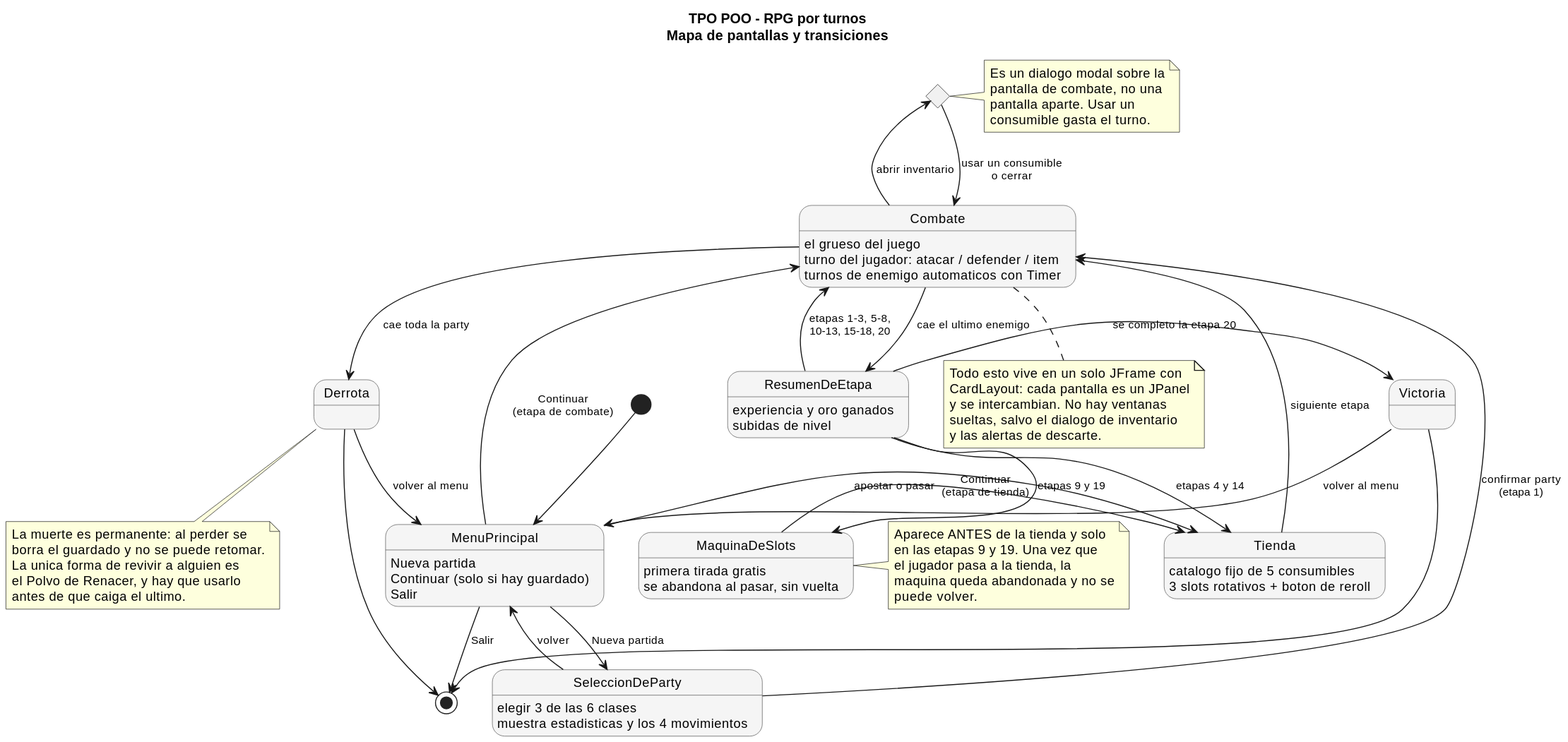
Earlier version of the PlantUML export diagramas/S3_mapa_de_pantallas.svg (lukitas-jpg/JuegoPOO).
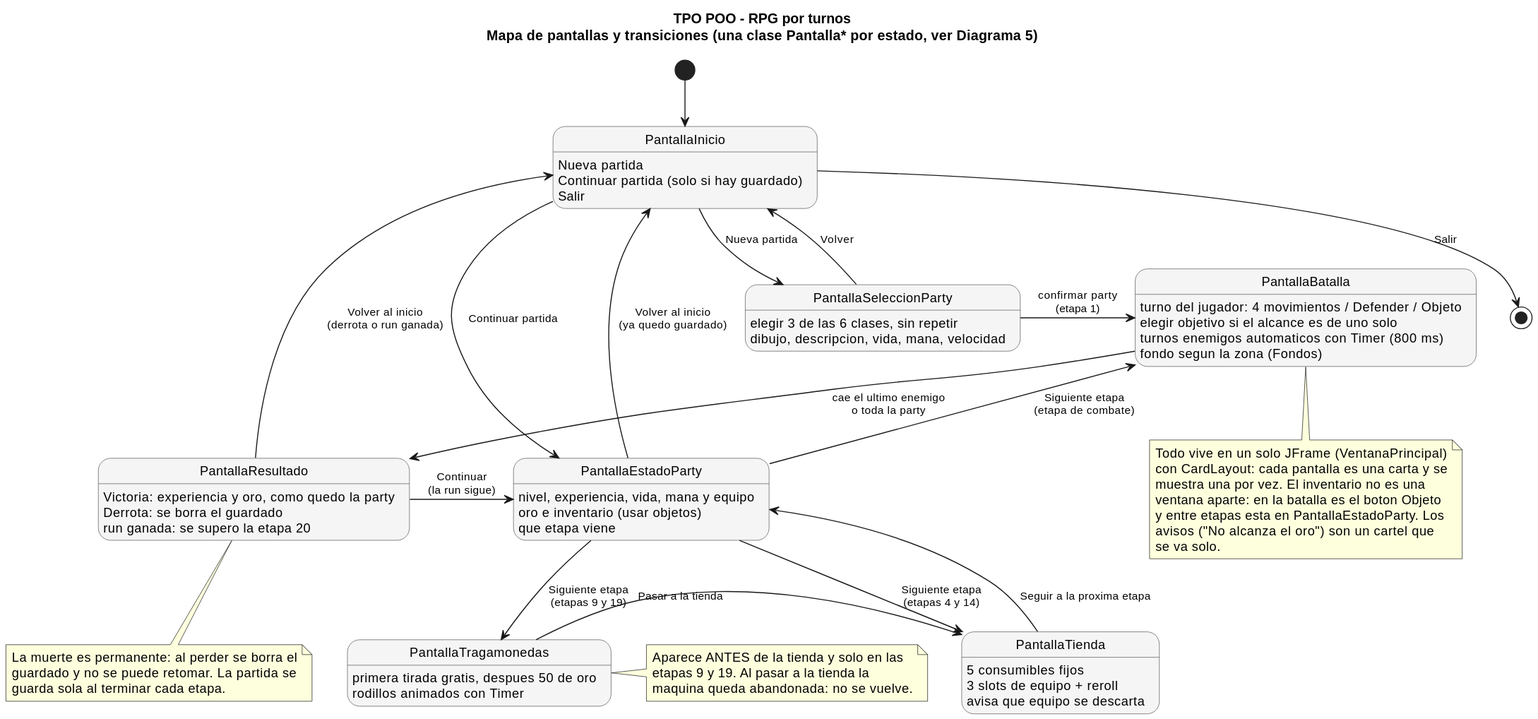
The same file after the commit.

Change to the diagram source:
```diff
@@ -1,5 +1,5 @@
 @startuml
-title TPO POO - RPG por turnos\nMapa de pantallas y transiciones
+title TPO POO - RPG por turnos\nMapa de pantallas y transiciones (una clase Pantalla* por estado, ver Diagrama 5)
 
 skinparam state {
   BackgroundColor #f5f5f5
@@ -10,98 +10,88 @@
 skinparam nodesep 35
 skinparam ranksep 45
 
-[*] -down-> MenuPrincipal
+[*] -down-> PantallaInicio
 
-state MenuPrincipal {
-  MenuPrincipal : Nueva partida
-  MenuPrincipal : Continuar (solo si hay guardado)
-  MenuPrincipal : Salir
+state PantallaInicio {
+  PantallaInicio : Nueva partida
+  PantallaInicio : Continuar partida (solo si hay guardado)
+  PantallaInicio : Salir
 }
 
-state SeleccionDeParty {
-  SeleccionDeParty : elegir 3 de las 6 clases
-  SeleccionDeParty : muestra estadisticas y los 4 movimientos
+state PantallaSeleccionParty {
+  PantallaSeleccionParty : elegir 3 de las 6 clases, sin repetir
+  PantallaSeleccionParty : dibujo, descripcion, vida, mana, velocidad
 }
 
-state Combate {
-  Combate : el grueso del juego
-  Combate : turno del jugador: atacar / defender / item
-  Combate : turnos de enemigo automaticos con Timer
+state PantallaBatalla {
+  PantallaBatalla : turno del jugador: 4 movimientos / Defender / Objeto
+  PantallaBatalla : elegir objetivo si el alcance es de uno solo
+  PantallaBatalla : turnos enemigos automaticos con Timer (800 ms)
+  PantallaBatalla : fondo segun la zona (Fondos)
 }
 
-state ResumenDeEtapa {
-  ResumenDeEtapa : experiencia y oro ganados
-  ResumenDeEtapa : subidas de nivel
+state PantallaResultado {
+  PantallaResultado : Victoria: experiencia y oro, como quedo la party
+  PantallaResultado : Derrota: se borra el guardado
+  PantallaResultado : run ganada: se supero la etapa 20
 }
 
-state Tienda {
-  Tienda : catalogo fijo de 5 consumibles
-  Tienda : 3 slots rotativos + boton de reroll
+state PantallaEstadoParty {
+  PantallaEstadoParty : nivel, experiencia, vida, mana y equipo
+  PantallaEstadoParty : oro e inventario (usar objetos)
+  PantallaEstadoParty : que etapa viene
 }
 
-state MaquinaDeSlots {
-  MaquinaDeSlots : primera tirada gratis
-  MaquinaDeSlots : se abandona al pasar, sin vuelta
+state PantallaTragamonedas {
+  PantallaTragamonedas : primera tirada gratis, despues 50 de oro
+  PantallaTragamonedas : rodillos animados con Timer
 }
 
-MenuPrincipal -down-> SeleccionDeParty : Nueva partida
-MenuPrincipal -right-> Combate : Continuar\n(etapa de combate)
-MenuPrincipal -right-> Tienda : Continuar\n(etapa de tienda)
-MenuPrincipal -down-> [*] : Salir
+state PantallaTienda {
+  PantallaTienda : 5 consumibles fijos
+  PantallaTienda : 3 slots de equipo + reroll
+  PantallaTienda : avisa que equipo se descarta
+}
 
-SeleccionDeParty -right-> Combate : confirmar party\n(etapa 1)
-SeleccionDeParty -up-> MenuPrincipal : volver
+PantallaInicio -down-> PantallaSeleccionParty : Nueva partida
+PantallaInicio -right-> PantallaEstadoParty : Continuar partida
+PantallaInicio -down-> [*] : Salir
 
-Combate -down-> ResumenDeEtapa : cae el ultimo enemigo
-Combate -right-> Derrota : cae toda la party
+PantallaSeleccionParty -right-> PantallaBatalla : confirmar party\n(etapa 1)
+PantallaSeleccionParty -up-> PantallaInicio : Volver
 
-ResumenDeEtapa -up-> Combate : etapas 1-3, 5-8,\n10-13, 15-18, 20
-ResumenDeEtapa -down-> Tienda : etapas 4 y 14
-ResumenDeEtapa -down-> MaquinaDeSlots : etapas 9 y 19
-ResumenDeEtapa -right-> Victoria : se completo la etapa 20
+PantallaBatalla -down-> PantallaResultado : cae el ultimo enemigo\no toda la party
 
-MaquinaDeSlots -right-> Tienda : apostar o pasar
+PantallaResultado -right-> PantallaEstadoParty : Continuar\n(la run sigue)
+PantallaResultado -up-> PantallaInicio : Volver al inicio\n(derrota o run ganada)
 
-Tienda -up-> Combate : siguiente etapa
+PantallaEstadoParty -up-> PantallaBatalla : Siguiente etapa\n(etapa de combate)
+PantallaEstadoParty -down-> PantallaTienda : Siguiente etapa\n(etapas 4 y 14)
+PantallaEstadoParty -down-> PantallaTragamonedas : Siguiente etapa\n(etapas 9 y 19)
+PantallaEstadoParty -up-> PantallaInicio : Volver al inicio\n(ya quedo guardado)
 
-Derrota -down-> MenuPrincipal : volver al menu
-Victoria -down-> MenuPrincipal : volver al menu
+PantallaTragamonedas -right-> PantallaTienda : Pasar a la tienda
+PantallaTienda -up-> PantallaEstadoParty : Seguir a la proxima etapa
 
-Derrota -down-> [*]
-Victoria -down-> [*]
-
-state Inventario <<choice>>
-Combate -up-> Inventario : abrir inventario
-Inventario -down-> Combate : usar un consumible\no cerrar
-
-note right of Inventario
-  Es un dialogo modal sobre la
-  pantalla de combate, no una
-  pantalla aparte. Usar un
-  consumible gasta el turno.
+note right of PantallaTragamonedas
+  Aparece ANTES de la tienda y solo en las
+  etapas 9 y 19. Al pasar a la tienda la
+  maquina queda abandonada: no se vuelve.
 end note
 
-note right of MaquinaDeSlots
-  Aparece ANTES de la tienda y solo
-  en las etapas 9 y 19. Una vez que
-  el jugador pasa a la tienda, la
-  maquina queda abandonada y no se
-  puede volver.
+note bottom of PantallaBatalla
+  Todo vive en un solo JFrame (VentanaPrincipal)
+  con CardLayout: cada pantalla es una carta y se
+  muestra una por vez. El inventario no es una
+  ventana aparte: en la batalla es el boton Objeto
+  y entre etapas esta en PantallaEstadoParty. Los
+  avisos ("No alcanza el oro") son un cartel que
+  se va solo.
 end note
 
-note bottom of Combate
-  Todo esto vive en un solo JFrame con
-  CardLayout: cada pantalla es un JPanel
-  y se intercambian. No hay ventanas
-  sueltas, salvo el dialogo de inventario
-  y las alertas de descarte.
-end note
-
-note bottom of Derrota
-  La muerte es permanente: al perder se
-  borra el guardado y no se puede retomar.
-  La unica forma de revivir a alguien es
-  el Polvo de Renacer, y hay que usarlo
-  antes de que caiga el ultimo.
+note bottom of PantallaResultado
+  La muerte es permanente: al perder se borra el
+  guardado y no se puede retomar. La partida se
+  guarda sola al terminar cada etapa.
 end note
 @enduml
```
